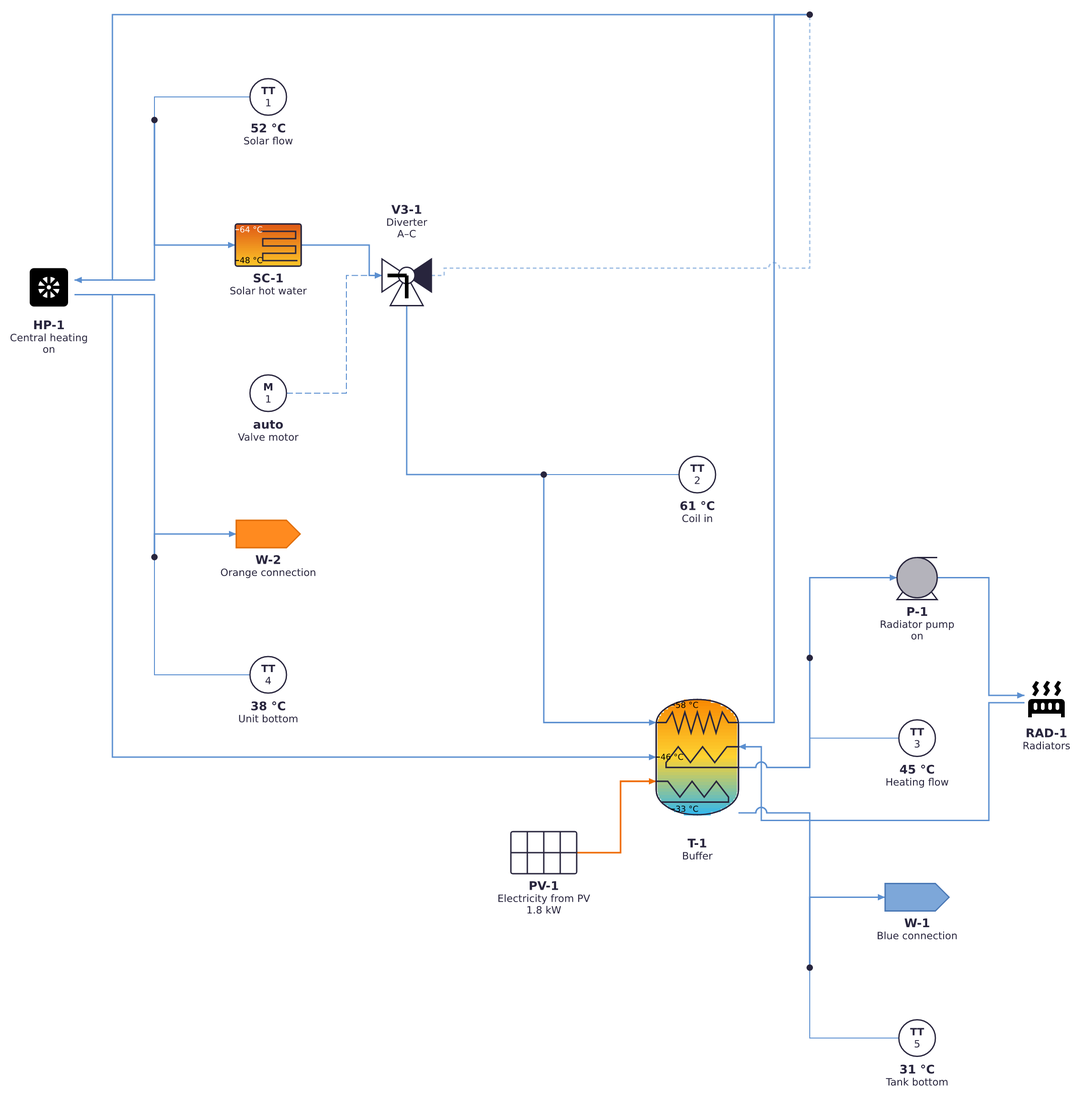
This is docs/images/home-heating.png from NdS-Research-Facilities/pid, a Mermaid export, as it was before one commit. Its source is kept beside it as examples/home-heating.mmd. Source of this version:
```mermaid
pid LR
  title Home heating

  HP-1: block "Central heating" = on
  icon HP-1 mdi:heat-pump 56
  SC-1: collector "Solar hot water"
  gradient SC-1 64 °C, 48 °C
  V3-1: valve3 T "Diverter" = AC
  M-1: instrument "Valve motor" = auto
  T-1: vessel "Buffer"
  coil T-1 top "Solar coil"
  coil T-1 middle "Heating coil"
  coil T-1 bottom "Electric element"
  gradient T-1 58 °C, 46 °C, 33 °C
  P-1: pump "Radiator pump" = on
  RAD-1: block "Radiators"
  icon RAD-1 mdi:radiator 48
  PV-1: pv "Electricity from PV" = 1.8 kW
  W-1: product "Blue connection"
  W-2: product "Orange connection"
  J-1: tee
  J-2: tee
  J-3: tee
  J-4: tee
  J-5: tee
  J-6: tee

  HP-1 --> J-2 --> SC-1
  SC-1 --> V3-1.A
  V3-1.B --> J-1
  V3-1.C --> J-3 --> T-1.coil1
  T-1.coil1 --> J-1
  J-1 --> HP-1

  T-1.coil2 --> J-4 --> P-1 --> RAD-1
  RAD-1 --> T-1.coil2

  PV-1 ==> T-1.coil3

  HP-1 --> T-1
  HP-1 --> J-5 --> W-2
  T-1 --> J-6 --> W-1

  TT-1: instrument "Solar flow" = 52 °C
  TT-2: instrument "Coil in" = 61 °C
  TT-3: instrument "Heating flow" = 45 °C
  TT-4: instrument "Unit bottom" = 38 °C
  TT-5: instrument "Tank bottom" = 31 °C
  J-2 --- TT-1
  J-3 --- TT-2
  J-4 --- TT-3
  J-5 --- TT-4
  J-6 --- TT-5
  M-1 -.-> V3-1

  classDef blue fill:#7da7d9,stroke:#4a78b5
  classDef orange fill:#ff8a1f,stroke:#e06c00
  class W-1 blue
  class W-2 orange
  linkStyle default stroke:#5b8fd0
  linkStyle 12 stroke:#ef6c00
```
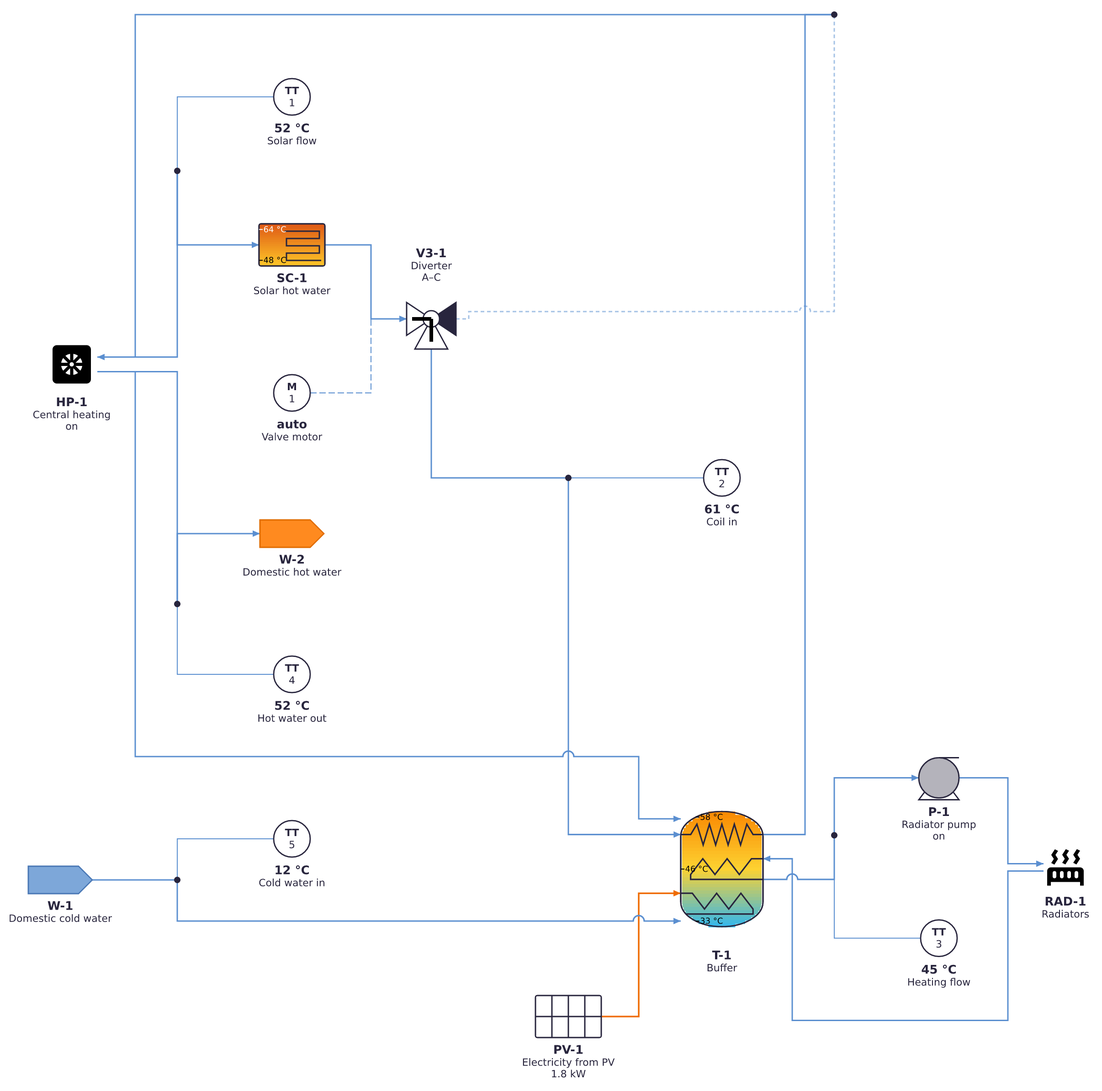
The same diagram one commit later.

Commit message:
Home heating example: the diamonds are domestic cold and hot water

Domestic cold water now feeds the bottom of the buffer, and domestic
hot water leaves the central heating unit, as in the drawing.

What changed in the source:
```diff
@@ -16,8 +16,8 @@
   RAD-1: block "Radiators"
   icon RAD-1 mdi:radiator 48
   PV-1: pv "Electricity from PV" = 1.8 kW
-  W-1: product "Blue connection"
-  W-2: product "Orange connection"
+  W-1: feed "Domestic cold water"
+  W-2: product "Domestic hot water"
   J-1: tee
   J-2: tee
   J-3: tee
@@ -39,13 +39,13 @@
 
   HP-1 --> T-1
   HP-1 --> J-5 --> W-2
-  T-1 --> J-6 --> W-1
+  W-1 --> J-6 --> T-1
 
   TT-1: instrument "Solar flow" = 52 °C
   TT-2: instrument "Coil in" = 61 °C
   TT-3: instrument "Heating flow" = 45 °C
-  TT-4: instrument "Unit bottom" = 38 °C
-  TT-5: instrument "Tank bottom" = 31 °C
+  TT-4: instrument "Hot water out" = 52 °C
+  TT-5: instrument "Cold water in" = 12 °C
   J-2 --- TT-1
   J-3 --- TT-2
   J-4 --- TT-3
```
